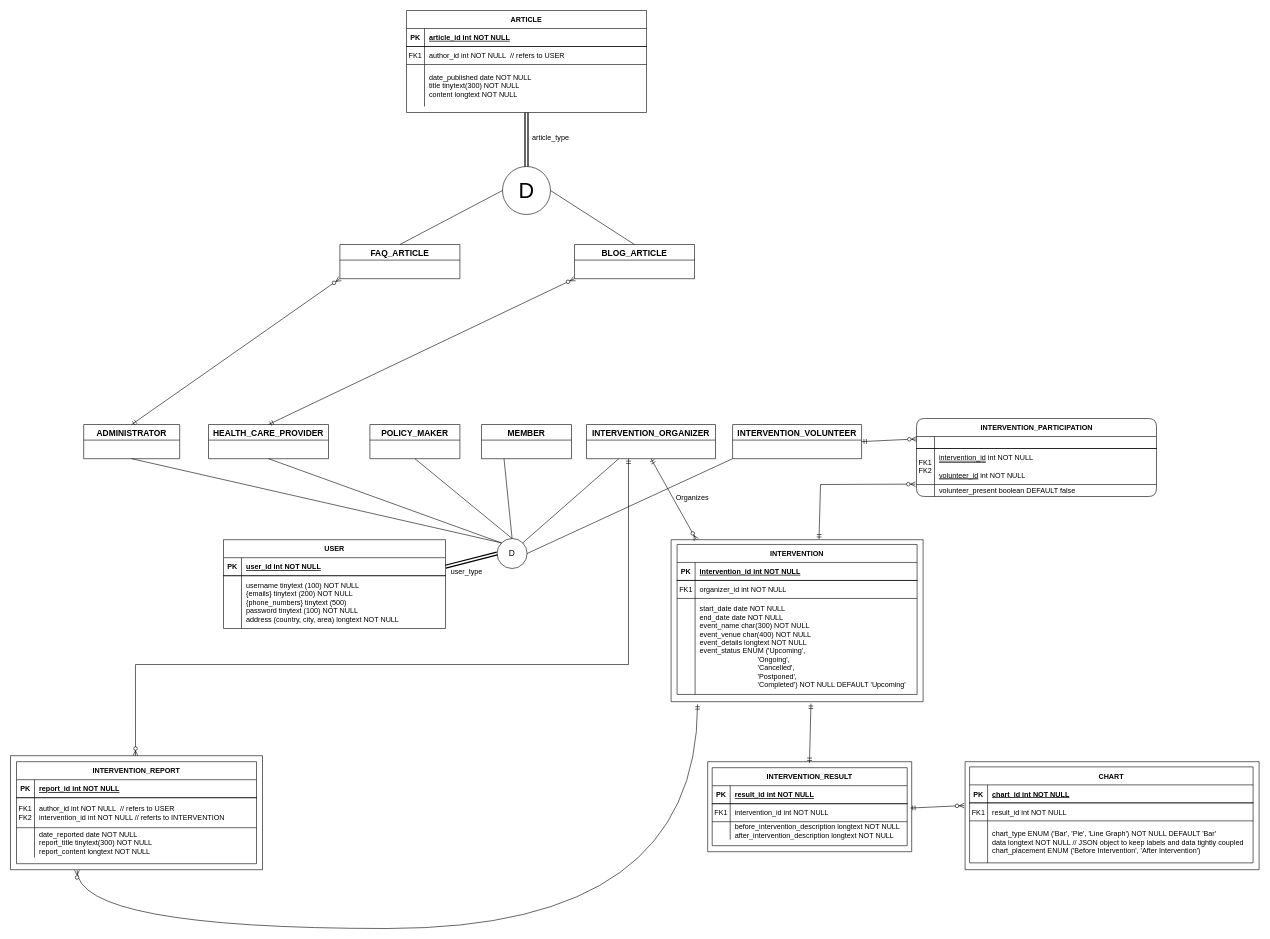
This is EERD.drawio from BloodRiver/public-health-interventions, a draw.io file, before an edit. Source tidied: cells renumbered, new cells numbered last; positions are measured from the earlier drawing's top-left corner, leaving out a move shared by most shapes. Both pictures are drawn from the tidied source at 60%, with x=0, y=0 at pixel (10, 10).
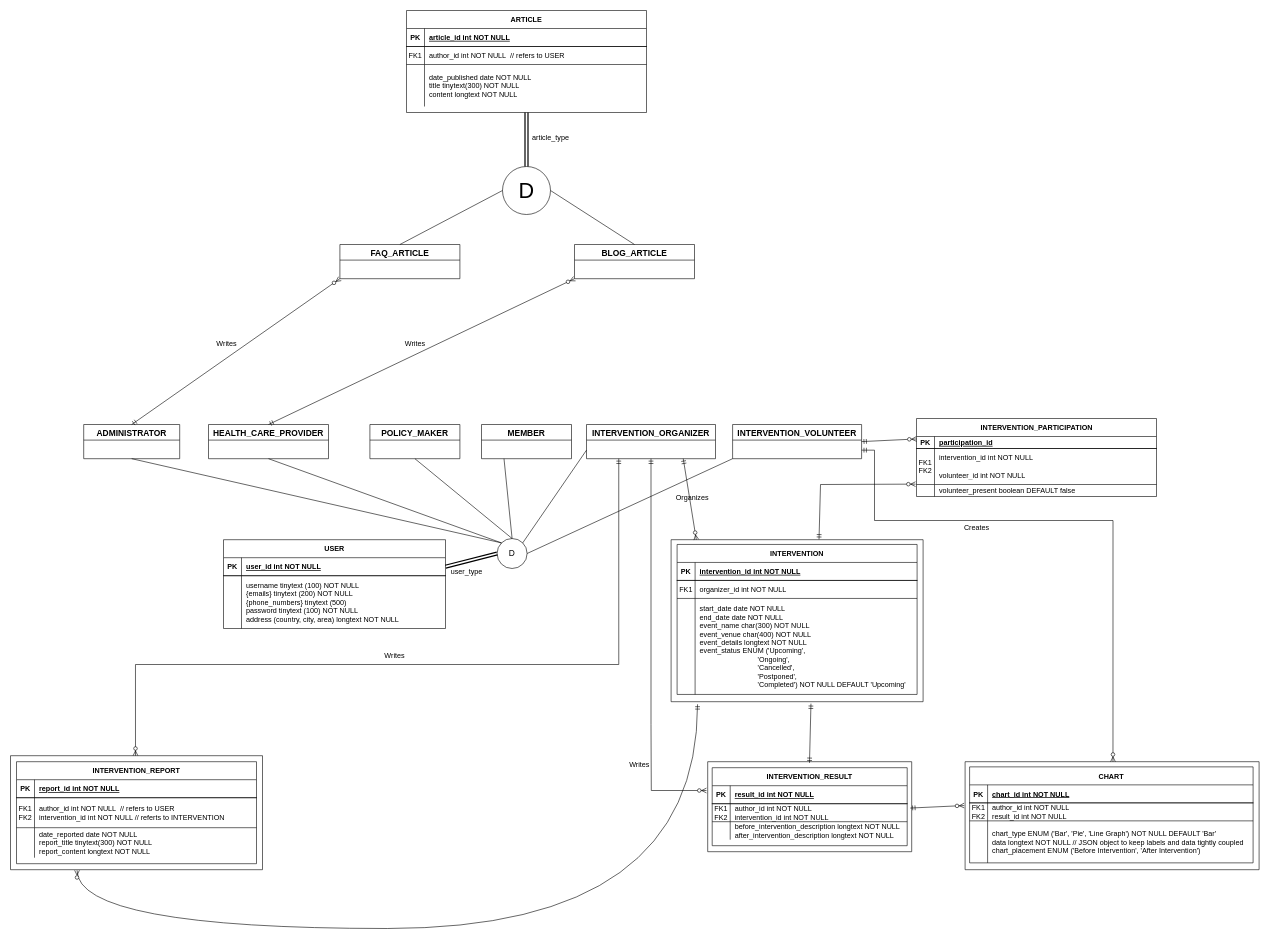
The same page after the edit.

Unchanged cells that the change refers to:
```xml
<mxCell id="12" style="verticalLabelPosition=bottom;verticalAlign=top;html=1;shape=mxgraph.basic.rect;fillColor2=none;strokeWidth=1;size=20;indent=5;fillColor=none;" parent="11" vertex="1">
  <mxGeometry width="420" height="270" as="geometry" />
</mxCell>
<mxCell id="24" style="verticalLabelPosition=bottom;verticalAlign=top;html=1;shape=mxgraph.basic.rect;fillColor2=none;strokeWidth=1;size=20;indent=5;fillColor=none;" parent="23" vertex="1">
  <mxGeometry width="340" height="150" as="geometry" />
</mxCell>
<mxCell id="29" style="shape=partialRectangle;fillColor=none;top=0;left=0;right=0;bottom=0;" parent="25" vertex="1">
  <mxGeometry y="60" width="325" height="30" as="geometry" />
</mxCell>
<mxCell id="36" style="verticalLabelPosition=bottom;verticalAlign=top;html=1;shape=mxgraph.basic.rect;fillColor2=none;strokeWidth=1;size=20;indent=5;fillColor=none;" parent="35" vertex="1">
  <mxGeometry width="490" height="180" as="geometry" />
</mxCell>
<mxCell id="41" style="shape=partialRectangle;fillColor=none;top=0;left=0;right=0;bottom=0;" parent="37" vertex="1">
  <mxGeometry y="60" width="472.5" height="30" as="geometry" />
</mxCell>
<mxCell id="62" value="INTERVENTION_ORGANIZER" style="swimlane;fontStyle=1;horizontal=1;startSize=26;align=center;fontSize=14;" parent="1" vertex="1">
  <mxGeometry x="960" y="690" width="215" height="57" as="geometry" />
</mxCell>
<mxCell id="63" value="INTERVENTION_VOLUNTEER" style="swimlane;fontStyle=1;horizontal=1;startSize=26;align=center;fontSize=14;" parent="1" vertex="1">
  <mxGeometry x="1203.5" y="690" width="215" height="57" as="geometry" />
</mxCell>
<mxCell id="75" style="verticalLabelPosition=bottom;verticalAlign=top;html=1;shape=mxgraph.basic.rect;fillColor2=none;strokeWidth=1;size=20;indent=5;fillColor=none;" parent="74" vertex="1">
  <mxGeometry width="420" height="190" as="geometry" />
</mxCell>
<mxCell id="87" value="&lt;font style=&quot;font-size: 14px;&quot;&gt;D&lt;/font&gt;" style="ellipse;whiteSpace=wrap;html=1;" parent="1" vertex="1">
  <mxGeometry x="811" y="880" width="50" height="50" as="geometry" />
</mxCell>
<mxCell id="99" style="shape=partialRectangle;fillColor=none;points=[[0,0.5],[1,0.5]];portConstraint=eastwest;top=0;left=0;right=0;bottom=1;" parent="98" vertex="1">
  <mxGeometry y="30" width="400" height="20" as="geometry" />
</mxCell>
<mxCell id="102" style="shape=partialRectangle;fillColor=none;points=[[0,0.5],[1,0.5]];portConstraint=eastwest;top=0;left=0;right=0;bottom=0;" parent="98" vertex="1">
  <mxGeometry y="50" width="400" height="60" as="geometry" />
</mxCell>
```

Diff of the diagram source:
```diff
@@
-    <mxCell id="30" value="FK1" style="shape=partialRectangle;overflow=hidden;fillColor=none;top=0;left=0;bottom=0;right=0;" parent="29" vertex="1">
+    <mxCell id="30" value="FK1&#10;FK2" style="shape=partialRectangle;overflow=hidden;fillColor=none;top=0;left=0;bottom=0;right=0;" parent="29" vertex="1">
       <mxGeometry width="30" height="30" as="geometry" />
     </mxCell>
-    <mxCell id="31" value="intervention_id int NOT NULL" style="shape=partialRectangle;overflow=hidden;fillColor=none;top=0;left=0;bottom=0;right=0;align=left;spacingLeft=6;" parent="29" vertex="1">
+    <mxCell id="31" value="author_id int NOT NULL&#10;intervention_id int NOT NULL" style="shape=partialRectangle;overflow=hidden;fillColor=none;top=0;left=0;bottom=0;right=0;align=left;spacingLeft=6;" parent="29" vertex="1">
       <mxGeometry x="30" width="295" height="30" as="geometry" />
     </mxCell>
@@
-    <mxCell id="42" value="FK1" style="shape=partialRectangle;overflow=hidden;fillColor=none;top=0;left=0;bottom=0;right=0;" parent="41" vertex="1">
+    <mxCell id="42" value="FK1&#10;FK2" style="shape=partialRectangle;overflow=hidden;fillColor=none;top=0;left=0;bottom=0;right=0;" parent="41" vertex="1">
       <mxGeometry width="30" height="30" as="geometry" />
     </mxCell>
-    <mxCell id="43" value="result_id int NOT NULL" style="shape=partialRectangle;overflow=hidden;fillColor=none;top=0;left=0;bottom=0;right=0;align=left;spacingLeft=6;" parent="41" vertex="1">
+    <mxCell id="43" value="author_id int NOT NULL&#10;result_id int NOT NULL" style="shape=partialRectangle;overflow=hidden;fillColor=none;top=0;left=0;bottom=0;right=0;align=left;spacingLeft=6;" parent="41" vertex="1">
       <mxGeometry x="30" width="442.5" height="30" as="geometry" />
     </mxCell>
@@
-    <mxCell id="58" style="edgeStyle=orthogonalEdgeStyle;fontSize=12;html=1;endArrow=ERzeroToMany;startArrow=ERmandOne;rounded=0;entryX=0.496;entryY=0;entryDx=0;entryDy=0;entryPerimeter=0;" parent="1" edge="1" target="75">
+    <mxCell id="58" style="edgeStyle=orthogonalEdgeStyle;fontSize=12;html=1;endArrow=ERzeroToMany;startArrow=ERmandOne;rounded=0;entryX=0.496;entryY=0;entryDx=0;entryDy=0;entryPerimeter=0;exitX=0.25;exitY=1;exitDx=0;exitDy=0;" parent="1" edge="1" source="62" target="75">
       <mxGeometry relative="1" as="geometry">
-        <mxPoint x="1030" y="747" as="sourcePoint" />
         <Array as="points">
-          <mxPoint x="1030" y="747" />
-          <mxPoint x="1030" y="1090" />
+          <mxPoint x="1014" y="1090" />
           <mxPoint x="208" y="1090" />
         </Array>
       </mxGeometry>
     </mxCell>
@@
-    <mxCell id="86" style="fontSize=12;html=1;endArrow=ERzeroToMany;startArrow=ERmandOne;rounded=0;exitX=0.5;exitY=1;exitDx=0;exitDy=0;entryX=0.1;entryY=0;entryDx=0;entryDy=0;entryPerimeter=0;" parent="1" edge="1" source="62" target="12">
+    <mxCell id="86" style="fontSize=12;html=1;endArrow=ERzeroToMany;startArrow=ERmandOne;rounded=0;exitX=0.75;exitY=1;exitDx=0;exitDy=0;entryX=0.1;entryY=0;entryDx=0;entryDy=0;entryPerimeter=0;" parent="1" edge="1" source="62" target="12">
       <mxGeometry relative="1" as="geometry" />
     </mxCell>
@@
-    <mxCell id="90" style="endArrow=none;html=1;rounded=0;entryX=0.25;entryY=1;entryDx=0;entryDy=0;exitX=1;exitY=0;exitDx=0;exitDy=0;" parent="1" edge="1" source="87" target="62">
+    <mxCell id="90" style="endArrow=none;html=1;rounded=0;entryX=0;entryY=0.75;entryDx=0;entryDy=0;exitX=1;exitY=0;exitDx=0;exitDy=0;" parent="1" edge="1" source="87" target="62">
       <mxGeometry relative="1" as="geometry" />
     </mxCell>
@@
-    <mxCell id="97" style="group;" parent="1" vertex="1">
-      <mxGeometry x="1510" y="680" width="400" height="130" as="geometry" />
-    </mxCell>
+    <mxCell id="108" value="article_type" style="text;html=1;align=center;verticalAlign=middle;strokeColor=none;fillColor=none;" parent="1" vertex="1">
+      <mxGeometry x="860" y="198" width="80" height="30" as="geometry" />
+    </mxCell>
+    <mxCell id="109" value="user_type" style="text;html=1;align=center;verticalAlign=middle;strokeColor=none;fillColor=none;" parent="1" vertex="1">
+      <mxGeometry x="720" y="921" width="80" height="30" as="geometry" />
+    </mxCell>
+    <mxCell id="110" value="Writes" style="text;html=1;align=center;verticalAlign=middle;strokeColor=none;fillColor=none;" parent="1" vertex="1">
+      <mxGeometry x="330" y="540" width="60" height="30" as="geometry" />
+    </mxCell>
+    <mxCell id="111" value="Writes" style="text;html=1;align=center;verticalAlign=middle;strokeColor=none;fillColor=none;" parent="1" vertex="1">
+      <mxGeometry x="644" y="540" width="60" height="30" as="geometry" />
+    </mxCell>
-    <mxCell id="98" value="INTERVENTION_PARTICIPATION" style="shape=table;startSize=30;childLayout=tableLayout;rowLines=1;fontStyle=1;align=center;strokeColor=default;noLabel=0;rounded=1;html=1;" parent="97" vertex="1">
-      <mxGeometry width="400" height="130" as="geometry" />
+    <mxCell id="98" value="INTERVENTION_PARTICIPATION" style="shape=table;startSize=30;childLayout=tableLayout;rowLines=1;fontStyle=1;align=center;strokeColor=default;noLabel=0;rounded=0;html=1;" parent="1" vertex="1">
+      <mxGeometry x="1510" y="680" width="400" height="130" as="geometry" />
     </mxCell>
@@
-    <mxCell id="100" style="shape=partialRectangle;overflow=hidden;fillColor=none;top=0;left=0;bottom=0;right=0;fontStyle=1;" parent="99" vertex="1">
+    <mxCell id="100" value="PK" style="shape=partialRectangle;overflow=hidden;fillColor=none;top=0;left=0;bottom=0;right=0;fontStyle=1;" parent="99" vertex="1">
       <mxGeometry width="30" height="20" as="geometry" />
     </mxCell>
-    <mxCell id="101" style="shape=partialRectangle;overflow=hidden;fillColor=none;top=0;left=0;bottom=0;right=0;align=left;spacingLeft=6;fontStyle=5;" parent="99" vertex="1">
+    <mxCell id="101" value="participation_id" style="shape=partialRectangle;overflow=hidden;fillColor=none;top=0;left=0;bottom=0;right=0;align=left;spacingLeft=6;fontStyle=5;" parent="99" vertex="1">
       <mxGeometry x="30" width="370" height="20" as="geometry" />
     </mxCell>
@@
-    <mxCell id="104" value="&lt;u style=&quot;text-decoration: double underline;&quot;&gt;intervention_id&lt;/u&gt; int NOT NULL&lt;br&gt;&lt;br&gt;&lt;u style=&quot;text-decoration: double underline;&quot;&gt;volunteer_id&lt;/u&gt; int NOT NULL" style="shape=partialRectangle;overflow=hidden;fillColor=none;top=0;left=0;bottom=0;right=0;align=left;spacingLeft=6;fontStyle=0;html=1;" parent="102" vertex="1">
+    <mxCell id="104" value="intervention_id int NOT NULL&lt;br&gt;&lt;br&gt;volunteer_id int NOT NULL" style="shape=partialRectangle;overflow=hidden;fillColor=none;top=0;left=0;bottom=0;right=0;align=left;spacingLeft=6;fontStyle=0;html=1;" parent="102" vertex="1">
       <mxGeometry x="30" width="370" height="60" as="geometry" />
     </mxCell>
@@
-    <mxCell id="108" value="article_type" style="text;html=1;align=center;verticalAlign=middle;strokeColor=none;fillColor=none;" parent="1" vertex="1">
-      <mxGeometry x="860" y="198" width="80" height="30" as="geometry" />
-    </mxCell>
-    <mxCell id="109" value="user_type" style="text;html=1;align=center;verticalAlign=middle;strokeColor=none;fillColor=none;" parent="1" vertex="1">
-      <mxGeometry x="720" y="921" width="80" height="30" as="geometry" />
-    </mxCell>
+    <mxCell id="112" style="edgeStyle=orthogonalEdgeStyle;fontSize=12;html=1;endArrow=ERzeroToMany;startArrow=ERmandOne;rounded=0;exitX=0.5;exitY=1;exitDx=0;exitDy=0;entryX=-0.006;entryY=0.32;entryDx=0;entryDy=0;entryPerimeter=0;" parent="1" edge="1" source="62" target="24">
+      <mxGeometry relative="1" as="geometry">
+        <Array as="points">
+          <mxPoint x="1068" y="1190" />
+          <mxPoint x="1068" y="1300" />
+        </Array>
+      </mxGeometry>
+    </mxCell>
+    <mxCell id="113" value="Writes" style="text;html=1;align=center;verticalAlign=middle;strokeColor=none;fillColor=none;" parent="1" vertex="1">
+      <mxGeometry x="1018" y="1242" width="60" height="30" as="geometry" />
+    </mxCell>
+    <mxCell id="114" style="edgeStyle=orthogonalEdgeStyle;fontSize=12;html=1;endArrow=ERzeroToMany;startArrow=ERmandOne;rounded=0;exitX=1;exitY=0.75;exitDx=0;exitDy=0;entryX=0.503;entryY=0;entryDx=0;entryDy=0;entryPerimeter=0;" parent="1" edge="1" source="63" target="36">
+      <mxGeometry relative="1" as="geometry">
+        <Array as="points">
+          <mxPoint x="1440" y="733" />
+          <mxPoint x="1440" y="850" />
+          <mxPoint x="1838" y="850" />
+        </Array>
+      </mxGeometry>
+    </mxCell>
+    <mxCell id="115" value="Creates" style="text;html=1;align=center;verticalAlign=middle;strokeColor=none;fillColor=none;" parent="1" vertex="1">
+      <mxGeometry x="1575" y="848" width="70" height="30" as="geometry" />
+    </mxCell>
+    <mxCell id="116" value="Writes" style="text;html=1;align=center;verticalAlign=middle;strokeColor=none;fillColor=none;" parent="1" vertex="1">
+      <mxGeometry x="610" y="1060" width="60" height="30" as="geometry" />
+    </mxCell>
```
